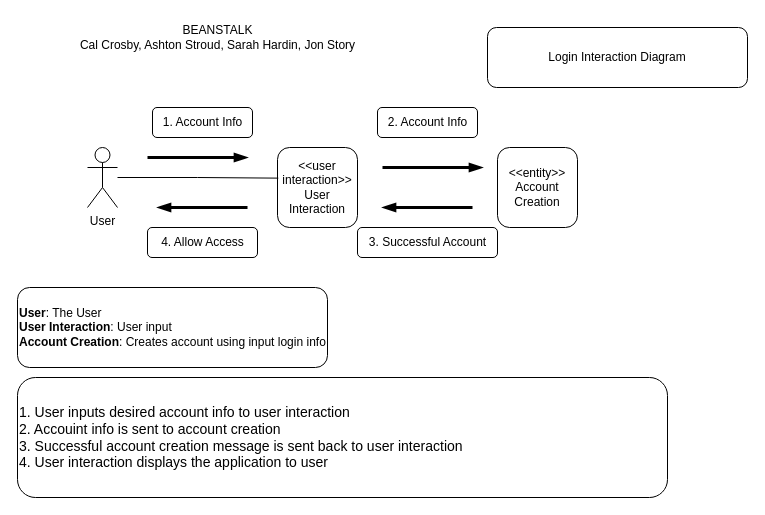
The draw.io diagram D5-DynamicModeling/login_createaccount.drawio in Glizzus/COMP-3700, before the edit. Source tidied: cells renumbered, new cells numbered last; positions are measured from the earlier drawing's top-left corner, leaving out a move shared by most shapes. Both pictures are drawn from the tidied source at 100%, with x=0, y=0 at pixel (17, 17).
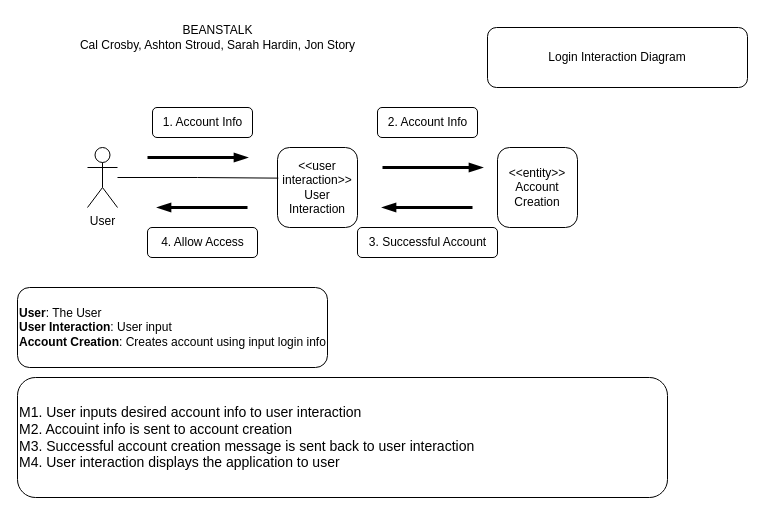
After the change.

What changed in the source:
```diff
@@
-    <mxCell id="3" value="&lt;font style=&quot;font-size: 14px;&quot;&gt;1. User inputs desired account info to user interaction&lt;br&gt;2. Accouint info is sent to account creation&lt;br&gt;3. Successful account creation message is sent back to user interaction&lt;br&gt;4. User interaction displays the application to user&lt;br&gt;&lt;/font&gt;" style="rounded=1;whiteSpace=wrap;html=1;align=left;" parent="1" vertex="1">
+    <mxCell id="3" value="&lt;font style=&quot;font-size: 14px;&quot;&gt;M1. User inputs desired account info to user interaction&lt;br&gt;M2. Accouint info is sent to account creation&lt;br&gt;M3. Successful account creation message is sent back to user interaction&lt;br&gt;M4. User interaction displays the application to user&lt;br&gt;&lt;/font&gt;" style="rounded=1;whiteSpace=wrap;html=1;align=left;" parent="1" vertex="1">
       <mxGeometry y="360" width="650" height="120" as="geometry" />
     </mxCell>
```
